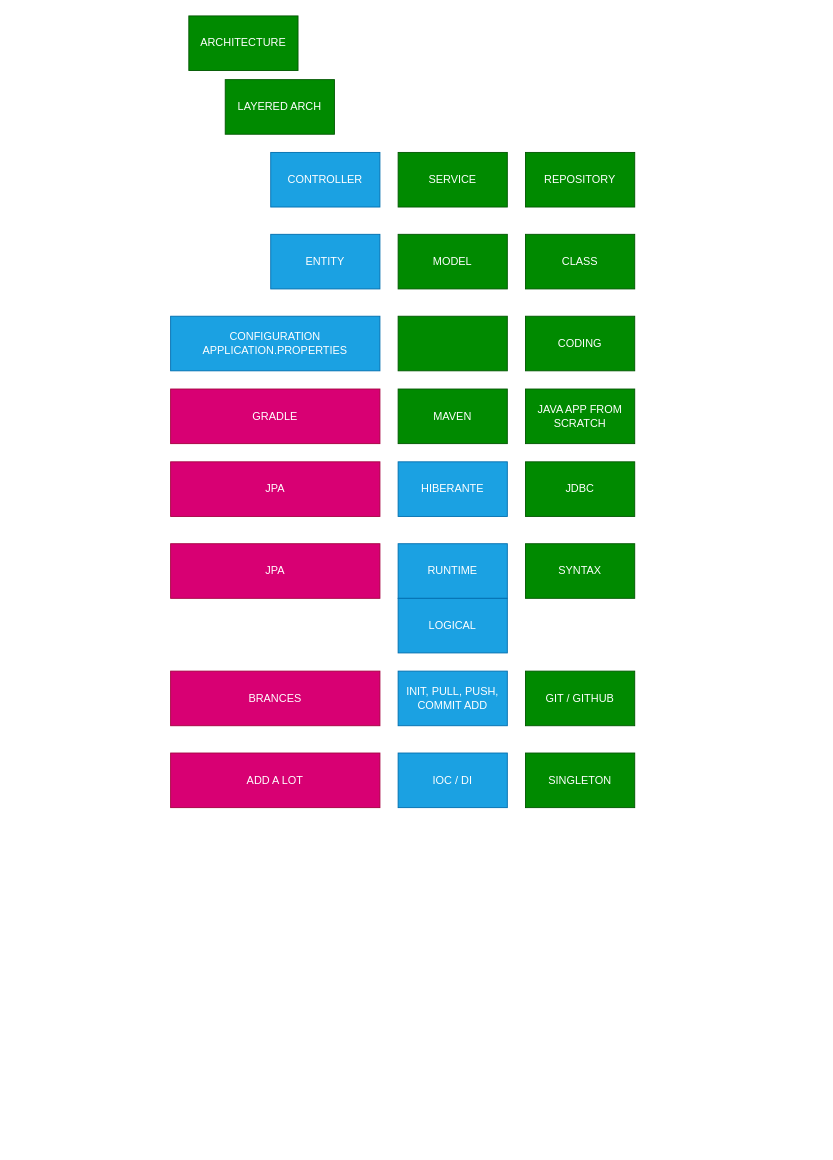
Above: page "BACKEND" (2 of 4) of drawings/summary and progress.drawio in ASCBLR07JUL2025GIT-HUB-ORG/ASCBLR07JUL2025GIT-REPO (draw.io), before the change. Source tidied: cells renumbered, new cells numbered last; positions are measured from the earlier drawing's top-left corner, leaving out a move shared by most shapes. Both pictures are drawn from the tidied source at 91%, with x=0, y=0 at pixel (170, 15).
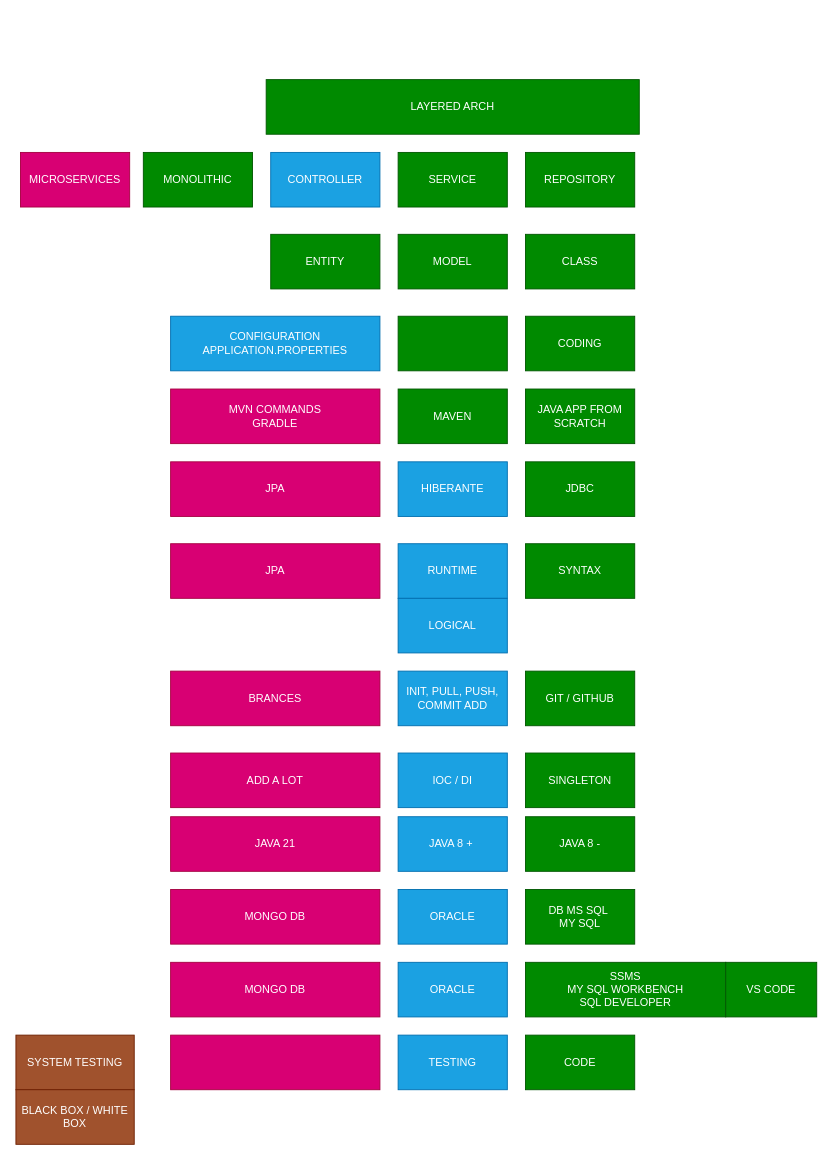
The same diagram, later.

The edit, as a diff of the source:
```diff
@@
-    <mxCell id="2" value="ARCHITECTURE" style="rounded=0;whiteSpace=wrap;html=1;fillColor=#008a00;fontColor=#ffffff;strokeColor=#005700;" parent="1" vertex="1">
-      <mxGeometry x="20" width="120" height="60" as="geometry" />
+    <mxCell id="2" value="MONOLITHIC" style="rounded=0;whiteSpace=wrap;html=1;fillColor=#008a00;fontColor=#ffffff;strokeColor=#005700;" parent="1" vertex="1">
+      <mxGeometry x="-30" y="150" width="120" height="60" as="geometry" />
     </mxCell>
     <mxCell id="3" value="LAYERED ARCH" style="rounded=0;whiteSpace=wrap;html=1;fillColor=#008a00;fontColor=#ffffff;strokeColor=#005700;" parent="1" vertex="1">
-      <mxGeometry x="60" y="70" width="120" height="60" as="geometry" />
+      <mxGeometry x="105" y="70" width="410" height="60" as="geometry" />
     </mxCell>
@@
-    <mxCell id="7" value="ENTITY" style="rounded=0;whiteSpace=wrap;html=1;fillColor=#1ba1e2;fontColor=#ffffff;strokeColor=#006EAF;" parent="1" vertex="1">
+    <mxCell id="7" value="ENTITY" style="rounded=0;whiteSpace=wrap;html=1;fillColor=#008a00;fontColor=#ffffff;strokeColor=#005700;" parent="1" vertex="1">
       <mxGeometry x="110" y="240" width="120" height="60" as="geometry" />
     </mxCell>
@@
-    <mxCell id="13" value="GRADLE" style="rounded=0;whiteSpace=wrap;html=1;fillColor=#d80073;fontColor=#ffffff;strokeColor=#A50040;" parent="1" vertex="1">
+    <mxCell id="13" value="&lt;div&gt;MVN COMMANDS&lt;/div&gt;GRADLE" style="rounded=0;whiteSpace=wrap;html=1;fillColor=#d80073;fontColor=#ffffff;strokeColor=#A50040;" parent="1" vertex="1">
       <mxGeometry y="410" width="230" height="60" as="geometry" />
     </mxCell>
@@
+    <mxCell id="29" value="JAVA 21" style="rounded=0;whiteSpace=wrap;html=1;fillColor=#d80073;fontColor=#ffffff;strokeColor=#A50040;" parent="1" vertex="1">
+      <mxGeometry y="880" width="230" height="60" as="geometry" />
+    </mxCell>
+    <mxCell id="30" value="JAVA 8 +&amp;nbsp;" style="rounded=0;whiteSpace=wrap;html=1;fillColor=#1ba1e2;fontColor=#ffffff;strokeColor=#006EAF;" parent="1" vertex="1">
+      <mxGeometry x="250" y="880" width="120" height="60" as="geometry" />
+    </mxCell>
+    <mxCell id="31" value="JAVA 8 -" style="rounded=0;whiteSpace=wrap;html=1;fillColor=#008a00;fontColor=#ffffff;strokeColor=#005700;" parent="1" vertex="1">
+      <mxGeometry x="390" y="880" width="120" height="60" as="geometry" />
+    </mxCell>
+    <mxCell id="32" value="MONGO DB" style="rounded=0;whiteSpace=wrap;html=1;fillColor=#d80073;fontColor=#ffffff;strokeColor=#A50040;" parent="1" vertex="1">
+      <mxGeometry y="960" width="230" height="60" as="geometry" />
+    </mxCell>
+    <mxCell id="33" value="ORACLE" style="rounded=0;whiteSpace=wrap;html=1;fillColor=#1ba1e2;fontColor=#ffffff;strokeColor=#006EAF;" parent="1" vertex="1">
+      <mxGeometry x="250" y="960" width="120" height="60" as="geometry" />
+    </mxCell>
+    <mxCell id="34" value="DB MS SQL&amp;nbsp;&lt;div&gt;MY SQL&lt;/div&gt;" style="rounded=0;whiteSpace=wrap;html=1;fillColor=#008a00;fontColor=#ffffff;strokeColor=#005700;" parent="1" vertex="1">
+      <mxGeometry x="390" y="960" width="120" height="60" as="geometry" />
+    </mxCell>
+    <mxCell id="35" value="MONGO DB" style="rounded=0;whiteSpace=wrap;html=1;fillColor=#d80073;fontColor=#ffffff;strokeColor=#A50040;" parent="1" vertex="1">
+      <mxGeometry y="1040" width="230" height="60" as="geometry" />
+    </mxCell>
+    <mxCell id="36" value="ORACLE" style="rounded=0;whiteSpace=wrap;html=1;fillColor=#1ba1e2;fontColor=#ffffff;strokeColor=#006EAF;" parent="1" vertex="1">
+      <mxGeometry x="250" y="1040" width="120" height="60" as="geometry" />
+    </mxCell>
+    <mxCell id="37" value="SSMS&lt;div&gt;MY SQL WORKBENCH&lt;/div&gt;&lt;div&gt;SQL DEVELOPER&lt;/div&gt;" style="rounded=0;whiteSpace=wrap;html=1;fillColor=#008a00;fontColor=#ffffff;strokeColor=#005700;" parent="1" vertex="1">
+      <mxGeometry x="390" y="1040" width="220" height="60" as="geometry" />
+    </mxCell>
+    <mxCell id="38" value="VS CODE" style="rounded=0;whiteSpace=wrap;html=1;fillColor=#008a00;fontColor=#ffffff;strokeColor=#005700;" parent="1" vertex="1">
+      <mxGeometry x="610" y="1040" width="100" height="60" as="geometry" />
+    </mxCell>
+    <mxCell id="39" style="rounded=0;whiteSpace=wrap;html=1;fillColor=#d80073;fontColor=#ffffff;strokeColor=#A50040;" parent="1" vertex="1">
+      <mxGeometry y="1120" width="230" height="60" as="geometry" />
+    </mxCell>
+    <mxCell id="40" value="TESTING" style="rounded=0;whiteSpace=wrap;html=1;fillColor=#1ba1e2;fontColor=#ffffff;strokeColor=#006EAF;" parent="1" vertex="1">
+      <mxGeometry x="250" y="1120" width="120" height="60" as="geometry" />
+    </mxCell>
+    <mxCell id="41" value="CODE" style="rounded=0;whiteSpace=wrap;html=1;fillColor=#008a00;fontColor=#ffffff;strokeColor=#005700;" parent="1" vertex="1">
+      <mxGeometry x="390" y="1120" width="120" height="60" as="geometry" />
+    </mxCell>
+    <mxCell id="42" value="SYSTEM TESTING" style="rounded=0;whiteSpace=wrap;html=1;fillColor=#a0522d;fontColor=#ffffff;strokeColor=#6D1F00;" parent="1" vertex="1">
+      <mxGeometry x="-170" y="1120" width="130" height="60" as="geometry" />
+    </mxCell>
+    <mxCell id="43" value="BLACK BOX / WHITE BOX" style="rounded=0;whiteSpace=wrap;html=1;fillColor=#a0522d;fontColor=#ffffff;strokeColor=#6D1F00;" parent="1" vertex="1">
+      <mxGeometry x="-170" y="1180" width="130" height="60" as="geometry" />
+    </mxCell>
+    <mxCell id="44" value="MICROSERVICES" style="rounded=0;whiteSpace=wrap;html=1;fillColor=#d80073;fontColor=#ffffff;strokeColor=#A50040;" parent="1" vertex="1">
+      <mxGeometry x="-165" y="150" width="120" height="60" as="geometry" />
+    </mxCell>
```
